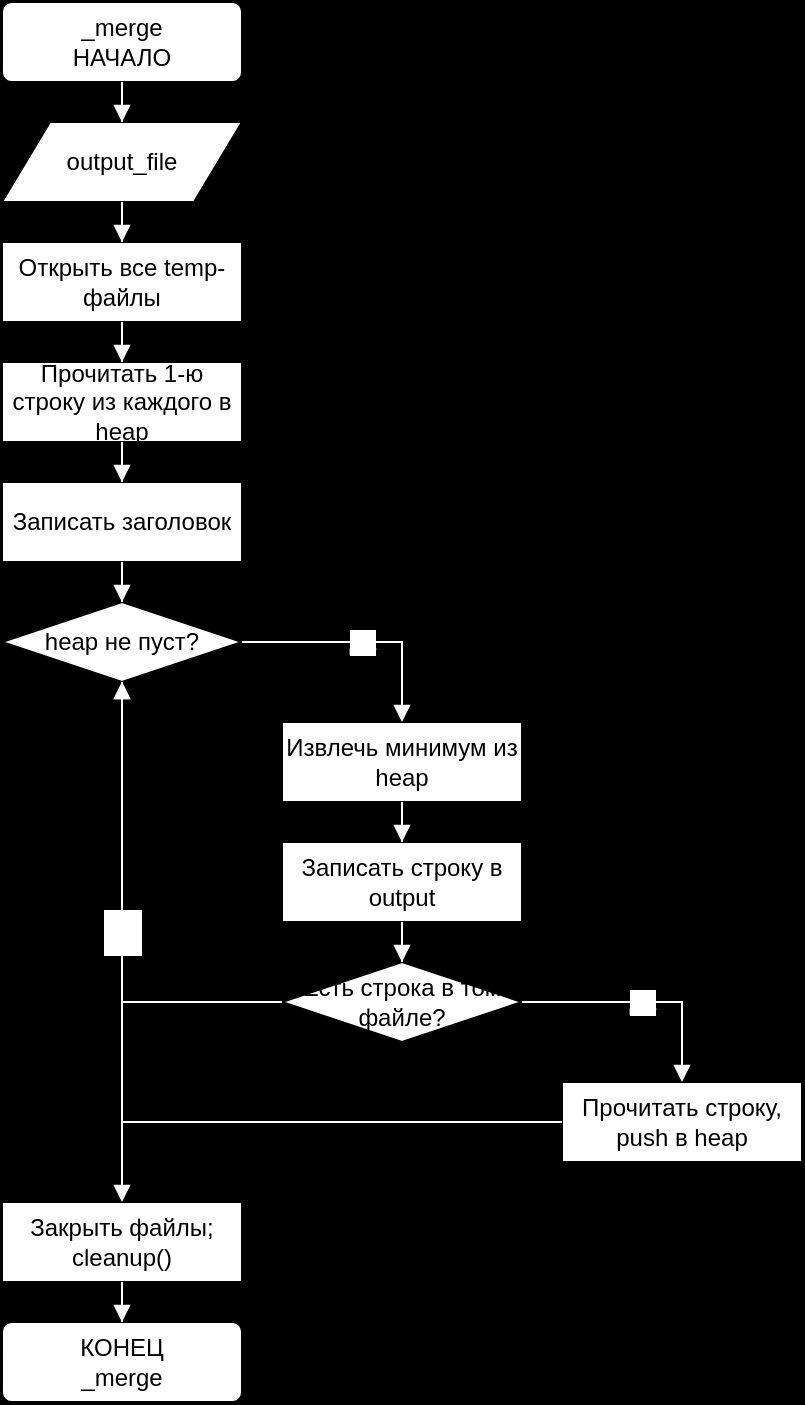
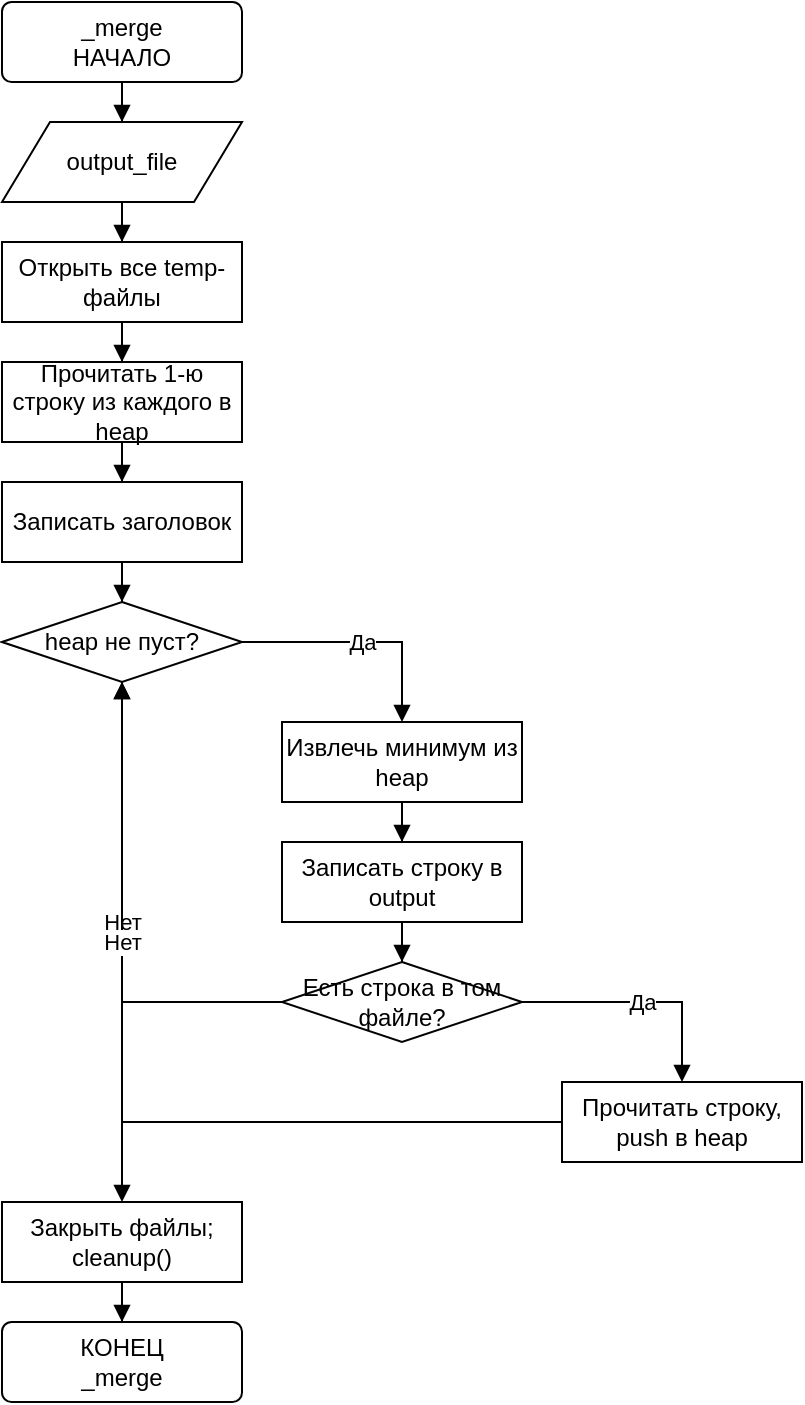
<mxfile host="Electron" version="29.6.1">
  <diagram name="Страница-1" id="d1">
-     <mxGraphModel dx="1400" dy="800" grid="1" gridSize="10" guides="1" tooltips="1" connect="1" arrows="1" fold="1" page="0" pageScale="1" pageWidth="827" pageHeight="1169" math="0" shadow="0" background="#000000">
+     <mxGraphModel dx="1400" dy="800" grid="1" gridSize="10" guides="1" tooltips="1" connect="1" arrows="1" fold="1" page="0" pageScale="1" pageWidth="827" pageHeight="1169" math="0" shadow="0" background="#ffffff">
      <root>
        <mxCell id="0" />
        <mxCell id="1" parent="0" />
        <mxCell id="a" value="&lt;div&gt;_merge&lt;/div&gt;&lt;div&gt;НАЧАЛО&lt;/div&gt;" style="rounded=1;arcSize=12;whiteSpace=wrap;html=1;fillColor=#ffffff;strokeColor=#000000;fontColor=#000000;" vertex="1" parent="1"><mxGeometry x="160" y="0" width="120" height="40" as="geometry" /></mxCell>
        <mxCell id="io" value="output_file" style="shape=parallelogram;perimeter=parallelogramPerimeter;whiteSpace=wrap;html=1;fillColor=#ffffff;strokeColor=#000000;fontColor=#000000;" vertex="1" parent="1"><mxGeometry x="160" y="60" width="120" height="40" as="geometry" /></mxCell>
        <mxCell id="p1" value="Открыть все temp-файлы" style="rounded=0;whiteSpace=wrap;html=1;fillColor=#ffffff;strokeColor=#000000;fontColor=#000000;" vertex="1" parent="1"><mxGeometry x="160" y="120" width="120" height="40" as="geometry" /></mxCell>
        <mxCell id="p2" value="Прочитать 1-ю строку из каждого в heap" style="rounded=0;whiteSpace=wrap;html=1;fillColor=#ffffff;strokeColor=#000000;fontColor=#000000;" vertex="1" parent="1"><mxGeometry x="160" y="180" width="120" height="40" as="geometry" /></mxCell>
        <mxCell id="p3" value="Записать заголовок" style="rounded=0;whiteSpace=wrap;html=1;fillColor=#ffffff;strokeColor=#000000;fontColor=#000000;" vertex="1" parent="1"><mxGeometry x="160" y="240" width="120" height="40" as="geometry" /></mxCell>
        <mxCell id="c1" value="heap не пуст?" style="rhombus;whiteSpace=wrap;html=1;fillColor=#ffffff;strokeColor=#000000;fontColor=#000000;" vertex="1" parent="1"><mxGeometry x="160" y="300" width="120" height="40" as="geometry" /></mxCell>
        <mxCell id="b1" value="Извлечь минимум из heap" style="rounded=0;whiteSpace=wrap;html=1;fillColor=#ffffff;strokeColor=#000000;fontColor=#000000;" vertex="1" parent="1"><mxGeometry x="300" y="360" width="120" height="40" as="geometry" /></mxCell>
        <mxCell id="b2" value="Записать строку в output" style="rounded=0;whiteSpace=wrap;html=1;fillColor=#ffffff;strokeColor=#000000;fontColor=#000000;" vertex="1" parent="1"><mxGeometry x="300" y="420" width="120" height="40" as="geometry" /></mxCell>
        <mxCell id="c2" value="Есть строка в том файле?" style="rhombus;whiteSpace=wrap;html=1;fillColor=#ffffff;strokeColor=#000000;fontColor=#000000;" vertex="1" parent="1"><mxGeometry x="300" y="480" width="120" height="40" as="geometry" /></mxCell>
        <mxCell id="b3" value="Прочитать строку, push в heap" style="rounded=0;whiteSpace=wrap;html=1;fillColor=#ffffff;strokeColor=#000000;fontColor=#000000;" vertex="1" parent="1"><mxGeometry x="440" y="540" width="120" height="40" as="geometry" /></mxCell>
        <mxCell id="p4" value="Закрыть файлы; cleanup()" style="rounded=0;whiteSpace=wrap;html=1;fillColor=#ffffff;strokeColor=#000000;fontColor=#000000;" vertex="1" parent="1"><mxGeometry x="160" y="600" width="120" height="40" as="geometry" /></mxCell>
        <mxCell id="e" value="&lt;div&gt;КОНЕЦ&lt;/div&gt;&lt;div&gt;_merge&lt;/div&gt;" style="rounded=1;arcSize=12;whiteSpace=wrap;html=1;fillColor=#ffffff;strokeColor=#000000;fontColor=#000000;" vertex="1" parent="1"><mxGeometry x="160" y="660" width="120" height="40" as="geometry" /></mxCell>
-         <mxCell id="e0" value="" style="edgeStyle=orthogonalEdgeStyle;rounded=0;orthogonalLoop=1;jettySize=auto;html=1;endArrow=block;endFill=1;strokeColor=#ffffff;fontColor=#ffffff;" edge="1" parent="1" source="a" target="io"><mxGeometry relative="1" as="geometry" /></mxCell>
-         <mxCell id="e1" value="" style="edgeStyle=orthogonalEdgeStyle;rounded=0;orthogonalLoop=1;jettySize=auto;html=1;endArrow=block;endFill=1;strokeColor=#ffffff;fontColor=#ffffff;" edge="1" parent="1" source="io" target="p1"><mxGeometry relative="1" as="geometry" /></mxCell>
-         <mxCell id="e2" value="" style="edgeStyle=orthogonalEdgeStyle;rounded=0;orthogonalLoop=1;jettySize=auto;html=1;endArrow=block;endFill=1;strokeColor=#ffffff;fontColor=#ffffff;" edge="1" parent="1" source="p1" target="p2"><mxGeometry relative="1" as="geometry" /></mxCell>
-         <mxCell id="e3" value="" style="edgeStyle=orthogonalEdgeStyle;rounded=0;orthogonalLoop=1;jettySize=auto;html=1;endArrow=block;endFill=1;strokeColor=#ffffff;fontColor=#ffffff;" edge="1" parent="1" source="p2" target="p3"><mxGeometry relative="1" as="geometry" /></mxCell>
-         <mxCell id="e4" value="" style="edgeStyle=orthogonalEdgeStyle;rounded=0;orthogonalLoop=1;jettySize=auto;html=1;endArrow=block;endFill=1;strokeColor=#ffffff;fontColor=#ffffff;" edge="1" parent="1" source="p3" target="c1"><mxGeometry relative="1" as="geometry" /></mxCell>
-         <mxCell id="e5" value="Да" style="edgeStyle=orthogonalEdgeStyle;rounded=0;orthogonalLoop=1;jettySize=auto;html=1;endArrow=block;endFill=1;strokeColor=#ffffff;fontColor=#ffffff;" edge="1" parent="1" source="c1" target="b1"><mxGeometry relative="1" as="geometry" /></mxCell>
-         <mxCell id="e6" value="" style="edgeStyle=orthogonalEdgeStyle;rounded=0;orthogonalLoop=1;jettySize=auto;html=1;endArrow=block;endFill=1;strokeColor=#ffffff;fontColor=#ffffff;" edge="1" parent="1" source="b1" target="b2"><mxGeometry relative="1" as="geometry" /></mxCell>
-         <mxCell id="e7" value="" style="edgeStyle=orthogonalEdgeStyle;rounded=0;orthogonalLoop=1;jettySize=auto;html=1;endArrow=block;endFill=1;strokeColor=#ffffff;fontColor=#ffffff;" edge="1" parent="1" source="b2" target="c2"><mxGeometry relative="1" as="geometry" /></mxCell>
-         <mxCell id="e8" value="Да" style="edgeStyle=orthogonalEdgeStyle;rounded=0;orthogonalLoop=1;jettySize=auto;html=1;endArrow=block;endFill=1;strokeColor=#ffffff;fontColor=#ffffff;" edge="1" parent="1" source="c2" target="b3"><mxGeometry relative="1" as="geometry" /></mxCell>
-         <mxCell id="e9" value="" style="edgeStyle=orthogonalEdgeStyle;rounded=0;orthogonalLoop=1;jettySize=auto;html=1;endArrow=block;endFill=1;strokeColor=#ffffff;fontColor=#ffffff;" edge="1" parent="1" source="b3" target="c1"><mxGeometry relative="1" as="geometry" /></mxCell>
-         <mxCell id="e10" value="Нет" style="edgeStyle=orthogonalEdgeStyle;rounded=0;orthogonalLoop=1;jettySize=auto;html=1;endArrow=block;endFill=1;strokeColor=#ffffff;fontColor=#ffffff;" edge="1" parent="1" source="c2" target="c1"><mxGeometry relative="1" as="geometry" /></mxCell>
-         <mxCell id="e11" value="Нет" style="edgeStyle=orthogonalEdgeStyle;rounded=0;orthogonalLoop=1;jettySize=auto;html=1;endArrow=block;endFill=1;strokeColor=#ffffff;fontColor=#ffffff;" edge="1" parent="1" source="c1" target="p4"><mxGeometry relative="1" as="geometry" /></mxCell>
-         <mxCell id="e12" value="" style="edgeStyle=orthogonalEdgeStyle;rounded=0;orthogonalLoop=1;jettySize=auto;html=1;endArrow=block;endFill=1;strokeColor=#ffffff;fontColor=#ffffff;" edge="1" parent="1" source="p4" target="e"><mxGeometry relative="1" as="geometry" /></mxCell>
+         <mxCell id="e0" value="" style="edgeStyle=orthogonalEdgeStyle;rounded=0;orthogonalLoop=1;jettySize=auto;html=1;endArrow=block;endFill=1;strokeColor=#000000;fontColor=#000000;" edge="1" parent="1" source="a" target="io"><mxGeometry relative="1" as="geometry" /></mxCell>
+         <mxCell id="e1" value="" style="edgeStyle=orthogonalEdgeStyle;rounded=0;orthogonalLoop=1;jettySize=auto;html=1;endArrow=block;endFill=1;strokeColor=#000000;fontColor=#000000;" edge="1" parent="1" source="io" target="p1"><mxGeometry relative="1" as="geometry" /></mxCell>
+         <mxCell id="e2" value="" style="edgeStyle=orthogonalEdgeStyle;rounded=0;orthogonalLoop=1;jettySize=auto;html=1;endArrow=block;endFill=1;strokeColor=#000000;fontColor=#000000;" edge="1" parent="1" source="p1" target="p2"><mxGeometry relative="1" as="geometry" /></mxCell>
+         <mxCell id="e3" value="" style="edgeStyle=orthogonalEdgeStyle;rounded=0;orthogonalLoop=1;jettySize=auto;html=1;endArrow=block;endFill=1;strokeColor=#000000;fontColor=#000000;" edge="1" parent="1" source="p2" target="p3"><mxGeometry relative="1" as="geometry" /></mxCell>
+         <mxCell id="e4" value="" style="edgeStyle=orthogonalEdgeStyle;rounded=0;orthogonalLoop=1;jettySize=auto;html=1;endArrow=block;endFill=1;strokeColor=#000000;fontColor=#000000;" edge="1" parent="1" source="p3" target="c1"><mxGeometry relative="1" as="geometry" /></mxCell>
+         <mxCell id="e5" value="Да" style="edgeStyle=orthogonalEdgeStyle;rounded=0;orthogonalLoop=1;jettySize=auto;html=1;endArrow=block;endFill=1;strokeColor=#000000;fontColor=#000000;" edge="1" parent="1" source="c1" target="b1"><mxGeometry relative="1" as="geometry" /></mxCell>
+         <mxCell id="e6" value="" style="edgeStyle=orthogonalEdgeStyle;rounded=0;orthogonalLoop=1;jettySize=auto;html=1;endArrow=block;endFill=1;strokeColor=#000000;fontColor=#000000;" edge="1" parent="1" source="b1" target="b2"><mxGeometry relative="1" as="geometry" /></mxCell>
+         <mxCell id="e7" value="" style="edgeStyle=orthogonalEdgeStyle;rounded=0;orthogonalLoop=1;jettySize=auto;html=1;endArrow=block;endFill=1;strokeColor=#000000;fontColor=#000000;" edge="1" parent="1" source="b2" target="c2"><mxGeometry relative="1" as="geometry" /></mxCell>
+         <mxCell id="e8" value="Да" style="edgeStyle=orthogonalEdgeStyle;rounded=0;orthogonalLoop=1;jettySize=auto;html=1;endArrow=block;endFill=1;strokeColor=#000000;fontColor=#000000;" edge="1" parent="1" source="c2" target="b3"><mxGeometry relative="1" as="geometry" /></mxCell>
+         <mxCell id="e9" value="" style="edgeStyle=orthogonalEdgeStyle;rounded=0;orthogonalLoop=1;jettySize=auto;html=1;endArrow=block;endFill=1;strokeColor=#000000;fontColor=#000000;" edge="1" parent="1" source="b3" target="c1"><mxGeometry relative="1" as="geometry" /></mxCell>
+         <mxCell id="e10" value="Нет" style="edgeStyle=orthogonalEdgeStyle;rounded=0;orthogonalLoop=1;jettySize=auto;html=1;endArrow=block;endFill=1;strokeColor=#000000;fontColor=#000000;" edge="1" parent="1" source="c2" target="c1"><mxGeometry relative="1" as="geometry" /></mxCell>
+         <mxCell id="e11" value="Нет" style="edgeStyle=orthogonalEdgeStyle;rounded=0;orthogonalLoop=1;jettySize=auto;html=1;endArrow=block;endFill=1;strokeColor=#000000;fontColor=#000000;" edge="1" parent="1" source="c1" target="p4"><mxGeometry relative="1" as="geometry" /></mxCell>
+         <mxCell id="e12" value="" style="edgeStyle=orthogonalEdgeStyle;rounded=0;orthogonalLoop=1;jettySize=auto;html=1;endArrow=block;endFill=1;strokeColor=#000000;fontColor=#000000;" edge="1" parent="1" source="p4" target="e"><mxGeometry relative="1" as="geometry" /></mxCell>
      </root>
    </mxGraphModel>
  </diagram>
</mxfile>